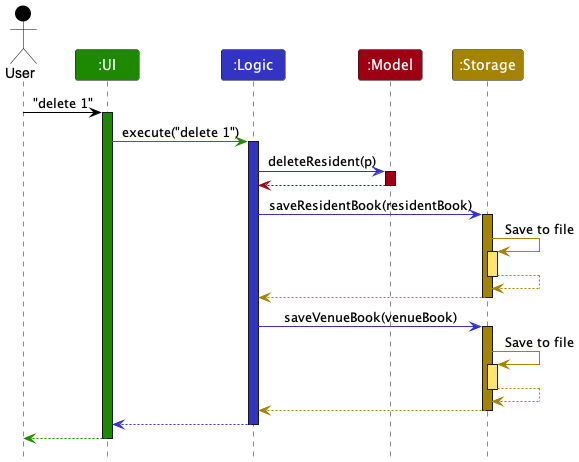
Earlier version of the PlantUML export docs/images/ArchitectureSequenceDiagram.png (nus-cs2103-AY2223S1/tp).
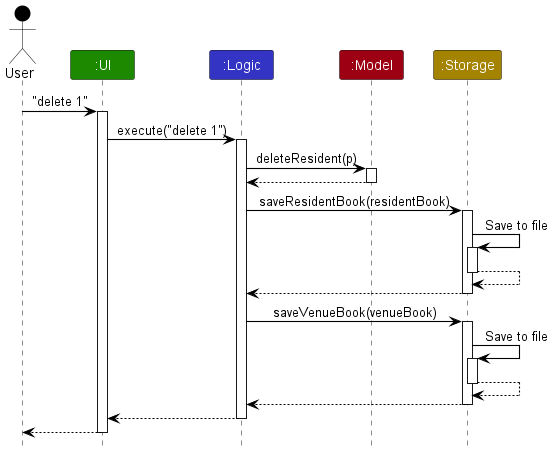
Above is the later version.

Diff of the diagram source:
```diff
@@ -1,5 +1,7 @@
 @startuml
 !include style.puml
+skinparam arrowThickness 1.1
+skinparam arrowColor BLACK
 
 Actor User as user USER_COLOR
 Participant ":UI" as ui UI_COLOR
@@ -7,43 +9,43 @@
 Participant ":Model" as model MODEL_COLOR
 Participant ":Storage" as storage STORAGE_COLOR
 
-user -[USER_COLOR]> ui : "delete 1"
-activate ui UI_COLOR
+user -> ui : "delete 1"
+activate ui
 
-ui -[UI_COLOR]> logic : execute("delete 1")
-activate logic LOGIC_COLOR
+ui -> logic : execute("delete 1")
+activate logic
 
-logic -[LOGIC_COLOR]> model : deleteResident(p)
-activate model MODEL_COLOR
+logic -> model : deleteResident(p)
+activate model
 
-model -[MODEL_COLOR]-> logic
+model --> logic
 deactivate model
 
-logic -[LOGIC_COLOR]> storage : saveResidentBook(residentBook)
-activate storage STORAGE_COLOR
+logic -> storage : saveResidentBook(residentBook)
+activate storage
 
-storage -[STORAGE_COLOR]> storage : Save to file
-activate storage STORAGE_COLOR_T1
-storage --[STORAGE_COLOR]> storage
+storage -> storage : Save to file
+activate storage
+storage --> storage
 deactivate storage
 
-storage --[STORAGE_COLOR]> logic
+storage --> logic
 deactivate storage
 
-logic -[LOGIC_COLOR]> storage : saveVenueBook(venueBook)
-activate storage STORAGE_COLOR
+logic -> storage : saveVenueBook(venueBook)
+activate storage
 
-storage -[STORAGE_COLOR]> storage : Save to file
-activate storage STORAGE_COLOR_T1
-storage --[STORAGE_COLOR]> storage
+storage -> storage : Save to file
+activate storage
+storage --> storage
 deactivate storage
 
-storage --[STORAGE_COLOR]> logic
+storage --> logic
 deactivate storage
 
-logic --[LOGIC_COLOR]> ui
+logic --> ui
 deactivate logic
 
-ui--[UI_COLOR]> user
+ui--> user
 deactivate ui
 @enduml
```
